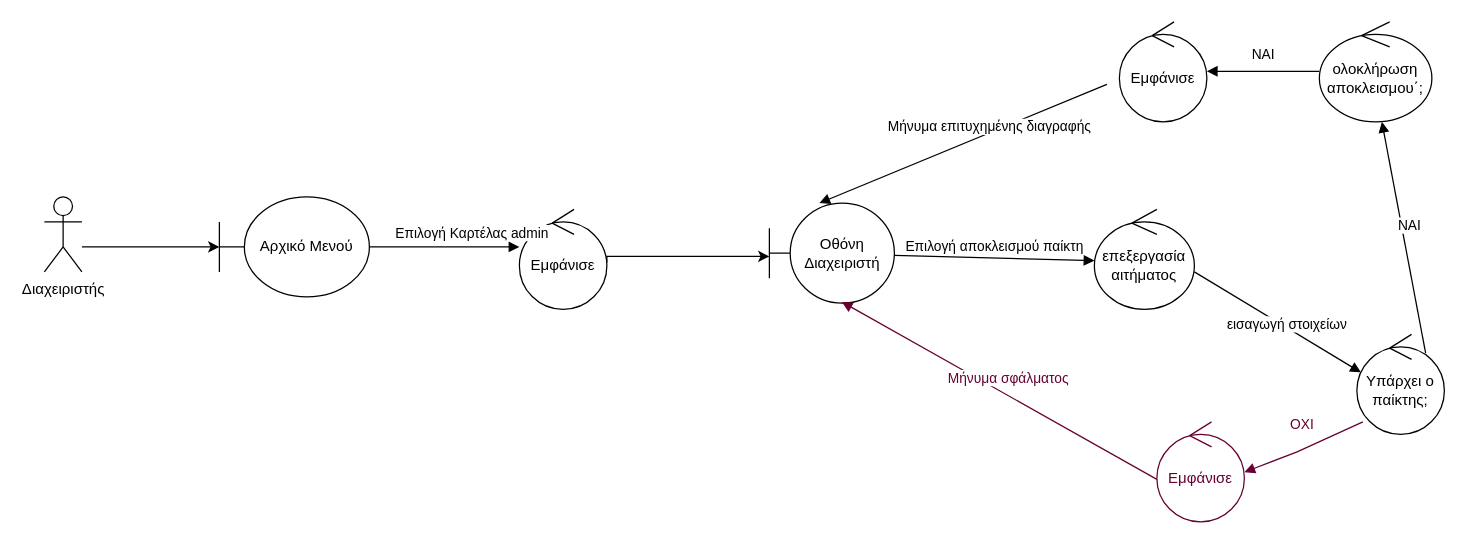
The draw.io diagram spetz/paradoteo4/edit_players_rights.drawio in Pspetz/Organthlon, before the edit. Source tidied: cells renumbered, new cells numbered last; positions are measured from the earlier drawing's top-left corner, leaving out a move shared by most shapes. Both pictures are drawn from the tidied source at 125%, with x=0, y=0 at pixel (44, 21).
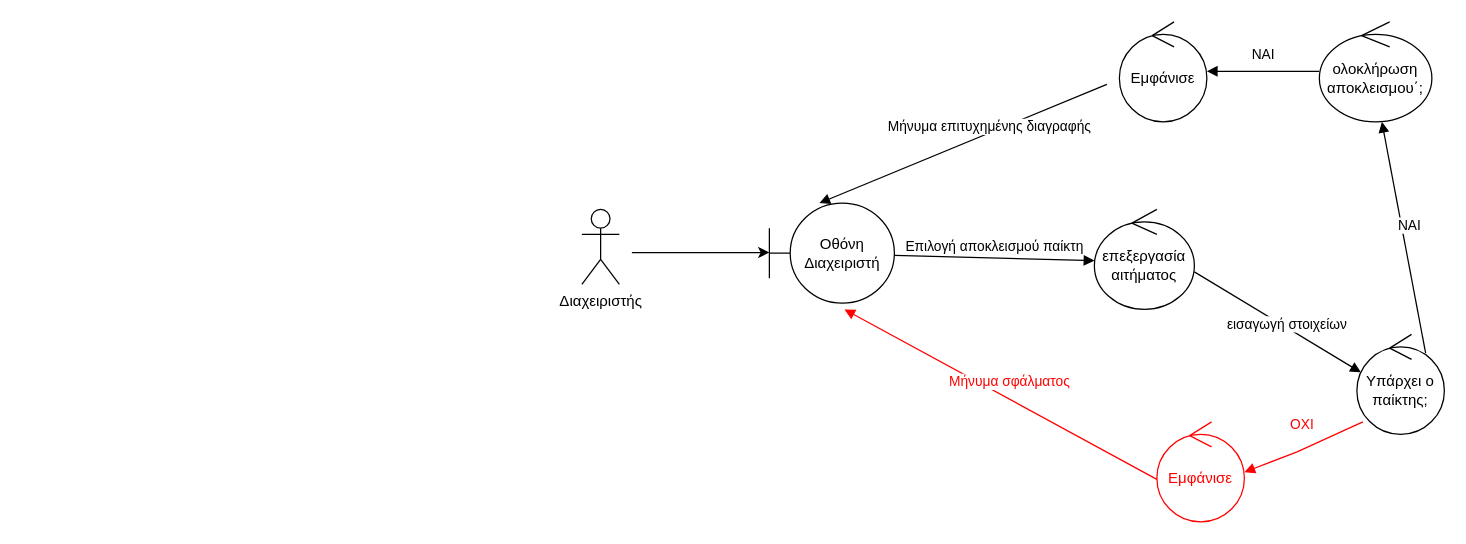
After the change.

The change refers to these unchanged cells:
```xml
<mxCell id="8" value="Οθόνη Διαχειριστή" style="shape=umlBoundary;whiteSpace=wrap;html=1;" parent="1" vertex="1">
  <mxGeometry x="580" y="145" width="100" height="80" as="geometry" />
</mxCell>
```

The edit, as a diff of the source:
```diff
@@
     <mxCell id="2" value="Διαχειριστής" style="shape=umlActor;verticalLabelPosition=bottom;verticalAlign=top;html=1;" parent="1" vertex="1">
-      <mxGeometry y="140" width="30" height="60" as="geometry" />
+      <mxGeometry x="430" y="150" width="30" height="60" as="geometry" />
     </mxCell>
-    <mxCell id="3" value="Αρχικό Μενού" style="shape=umlBoundary;whiteSpace=wrap;html=1;" parent="1" vertex="1">
-      <mxGeometry x="140" y="140" width="120" height="80" as="geometry" />
-    </mxCell>
-    <mxCell id="4" value="Εμφάνισε" style="ellipse;shape=umlControl;whiteSpace=wrap;html=1;" parent="1" vertex="1">
-      <mxGeometry x="380" y="150" width="70" height="80" as="geometry" />
-    </mxCell>
-    <mxCell id="5" value="Επιλογή Καρτέλας admin" style="html=1;verticalAlign=bottom;endArrow=block;rounded=0;exitX=1;exitY=0.5;exitDx=0;exitDy=0;exitPerimeter=0;entryX=0;entryY=0.375;entryDx=0;entryDy=0;entryPerimeter=0;" parent="1" edge="1" source="3" target="4">
-      <mxGeometry x="0.37" y="3" relative="1" as="geometry">
-        <mxPoint y="1" as="offset" />
-      </mxGeometry>
-    </mxCell>
     <mxCell id="6" style="edgeStyle=orthogonalEdgeStyle;rounded=0;orthogonalLoop=1;jettySize=auto;html=1;exitX=0.5;exitY=0.5;exitDx=0;exitDy=0;exitPerimeter=0;" parent="1" edge="1">
       <mxGeometry relative="1" as="geometry">
-        <mxPoint x="30" y="180" as="sourcePoint" />
-        <mxPoint x="140" y="180" as="targetPoint" />
+        <mxPoint x="470" y="184.5" as="sourcePoint" />
+        <mxPoint x="580" y="184.5" as="targetPoint" />
         <Array as="points">
-          <mxPoint x="140" y="180" />
+          <mxPoint x="580" y="184.5" />
         </Array>
       </mxGeometry>
     </mxCell>
-    <mxCell id="7" style="edgeStyle=orthogonalEdgeStyle;rounded=0;orthogonalLoop=1;jettySize=auto;html=1;" parent="1" edge="1">
-      <mxGeometry relative="1" as="geometry">
-        <mxPoint x="450" y="192.4" as="sourcePoint" />
-        <mxPoint x="580" y="187.6" as="targetPoint" />
-        <Array as="points">
-          <mxPoint x="450" y="187.6" />
-        </Array>
-      </mxGeometry>
-    </mxCell>
@@
-    <mxCell id="17" value="ΟΧΙ" style="html=1;verticalAlign=bottom;endArrow=block;rounded=0;strokeColor=#660033;fontColor=#660033;exitX=0.038;exitY=0.825;exitDx=0;exitDy=0;exitPerimeter=0;" parent="1" edge="1">
+    <mxCell id="17" value="ΟΧΙ" style="html=1;verticalAlign=bottom;endArrow=block;rounded=0;strokeColor=#FF0000;fontColor=#FF0000;exitX=0.038;exitY=0.825;exitDx=0;exitDy=0;exitPerimeter=0;" parent="1" edge="1">
       <mxGeometry x="-0.04" y="-10" relative="1" as="geometry">
         <mxPoint x="1054.8" y="320" as="sourcePoint" />
         <mxPoint x="960" y="360.2" as="targetPoint" />
         <Array as="points">
           <mxPoint x="1002.2" y="344" />
         </Array>
       </mxGeometry>
     </mxCell>
-    <mxCell id="18" value="Εμφάνισε" style="ellipse;shape=umlControl;whiteSpace=wrap;html=1;strokeColor=#660033;fontColor=#660033;" parent="1" vertex="1">
+    <mxCell id="18" value="Εμφάνισε" style="ellipse;shape=umlControl;whiteSpace=wrap;html=1;strokeColor=#FF0000;fontColor=#FF0000;" parent="1" vertex="1">
       <mxGeometry x="890" y="320" width="70" height="80" as="geometry" />
     </mxCell>
-    <mxCell id="19" value="Μήνυμα σφάλματος" style="html=1;verticalAlign=bottom;endArrow=block;rounded=0;entryX=0.58;entryY=0.988;entryDx=0;entryDy=0;entryPerimeter=0;fontColor=#660033;strokeColor=#660033;exitX=0.014;exitY=0.75;exitDx=0;exitDy=0;exitPerimeter=0;" parent="1" edge="1" target="8">
+    <mxCell id="19" value="Μήνυμα σφάλματος" style="html=1;verticalAlign=bottom;endArrow=block;rounded=0;fontColor=#FF0000;strokeColor=#FF0000;exitX=0.014;exitY=0.75;exitDx=0;exitDy=0;exitPerimeter=0;" parent="1" edge="1">
       <mxGeometry x="-0.04" y="-4" relative="1" as="geometry">
         <mxPoint x="890" y="366" as="sourcePoint" />
+        <mxPoint x="640" y="230" as="targetPoint" />
       </mxGeometry>
     </mxCell>
```
